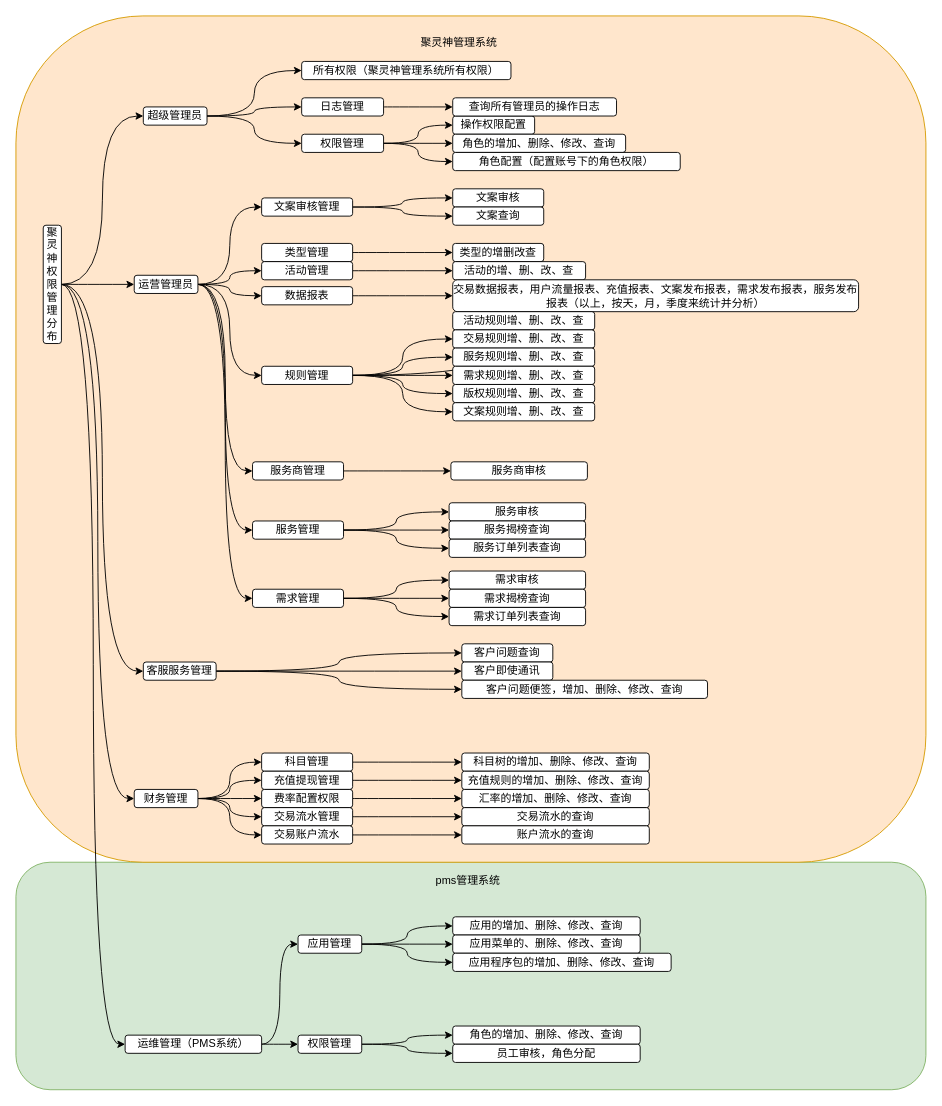
Above: Untitled Diagram.drawio in Raox1ngj1ng/mydraw (draw.io), before the change. Source tidied: cells renumbered, new cells numbered last; positions are measured from the earlier drawing's top-left corner, leaving out a move shared by most shapes. Both pictures are drawn from the tidied source at 91%, with x=0, y=0 at pixel (15, 15).
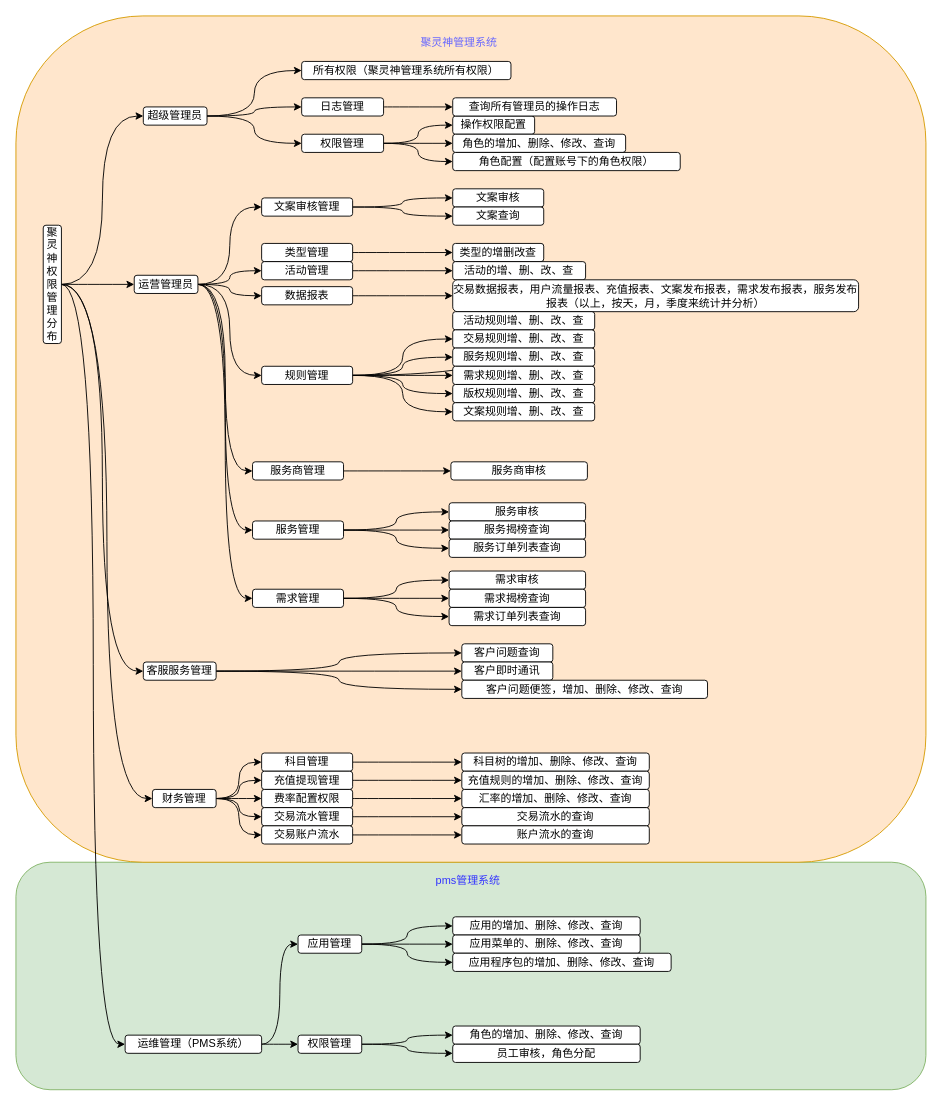
The same diagram, later.

The edit, as a diff of the source:
```diff
@@
     <mxCell id="27" value="财务管理" style="rounded=1;whiteSpace=wrap;html=1;" parent="1" vertex="1">
-      <mxGeometry x="130" y="850" width="70" height="20" as="geometry" />
+      <mxGeometry x="150" y="850" width="70" height="20" as="geometry" />
     </mxCell>
@@
-    <mxCell id="93" value="pms管理系统" style="text;html=1;strokeColor=none;fillColor=none;align=center;verticalAlign=middle;whiteSpace=wrap;rounded=0;" parent="1" vertex="1">
+    <mxCell id="93" value="&lt;font color=&quot;#3333ff&quot;&gt;pms管理系统&lt;/font&gt;" style="text;html=1;strokeColor=none;fillColor=none;align=center;verticalAlign=middle;whiteSpace=wrap;rounded=0;" parent="1" vertex="1">
       <mxGeometry x="414" y="930" width="166" height="40" as="geometry" />
     </mxCell>
-    <mxCell id="94" value="聚灵神管理系统" style="text;html=1;strokeColor=none;fillColor=none;align=center;verticalAlign=middle;whiteSpace=wrap;rounded=0;" parent="1" vertex="1">
+    <mxCell id="94" value="&lt;font color=&quot;#6666ff&quot;&gt;聚灵神管理系统&lt;/font&gt;" style="text;html=1;strokeColor=none;fillColor=none;align=center;verticalAlign=middle;whiteSpace=wrap;rounded=0;" parent="1" vertex="1">
       <mxGeometry x="404" y="10" width="166" height="40" as="geometry" />
     </mxCell>
@@
-    <mxCell id="100" value="客户即使通讯" style="rounded=1;whiteSpace=wrap;html=1;" parent="1" vertex="1">
+    <mxCell id="100" value="客户即时通讯" style="rounded=1;whiteSpace=wrap;html=1;" parent="1" vertex="1">
       <mxGeometry x="490" y="710" width="100" height="20" as="geometry" />
     </mxCell>
```
